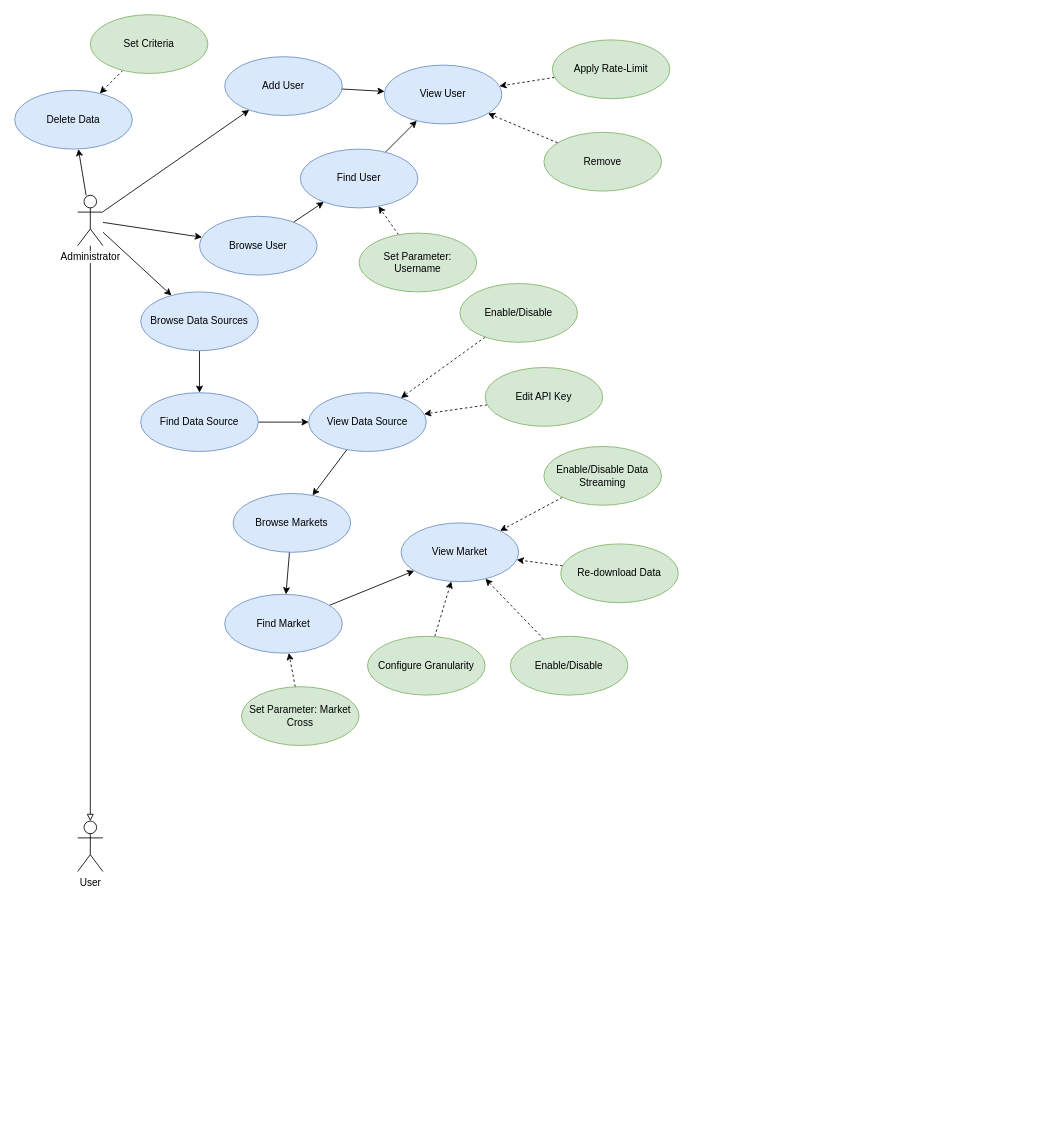
Before: drawio/usecases.drawio in nferrante1/lsmsd2, a draw.io diagram. Source tidied: cells renumbered, new cells numbered last; positions are measured from the earlier drawing's top-left corner, leaving out a move shared by most shapes. Both pictures are drawn from the tidied source at 84%, with x=0, y=0 at pixel (14, 14).
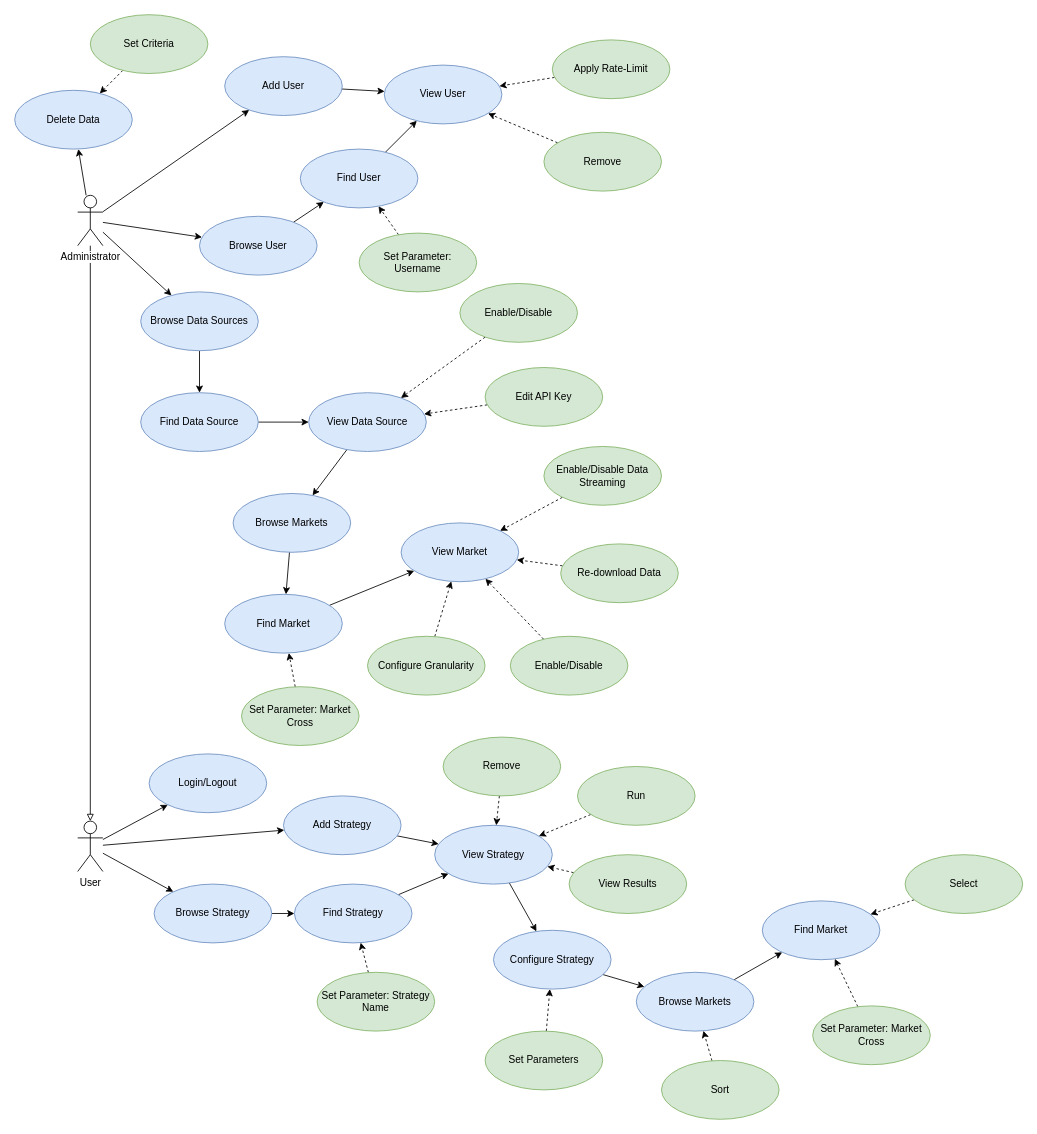
After the change.

Commit message:
Add User's use cases

The change refers to these unchanged cells:
```xml
<mxCell id="8" value="&lt;div&gt;User&lt;/div&gt;" style="shape=umlActor;verticalLabelPosition=bottom;labelBackgroundColor=#ffffff;verticalAlign=top;html=1;" parent="1" vertex="1">
  <mxGeometry x="75" y="960" width="30" height="60" as="geometry" />
</mxCell>
```

The edit, as a diff of the source:
```diff
@@
+    <mxCell id="50" style="edgeStyle=none;rounded=0;jettySize=auto;html=1;endArrow=classic;endFill=1;" parent="1" edge="1" source="8" target="53">
+      <mxGeometry relative="1" as="geometry" />
+    </mxCell>
+    <mxCell id="51" style="edgeStyle=none;rounded=0;jettySize=auto;html=1;endArrow=classic;endFill=1;" parent="1" edge="1" source="8" target="59">
+      <mxGeometry relative="1" as="geometry" />
+    </mxCell>
+    <mxCell id="52" style="edgeStyle=none;rounded=0;jettySize=auto;html=1;endArrow=classic;endFill=1;" parent="1" edge="1" source="8" target="55">
+      <mxGeometry relative="1" as="geometry" />
+    </mxCell>
@@
+    <mxCell id="53" value="Login/Logout" style="ellipse;whiteSpace=wrap;html=1;fillColor=#dae8fc;strokeColor=#6c8ebf;" parent="1" vertex="1">
+      <mxGeometry x="160" y="880" width="140" height="70" as="geometry" />
+    </mxCell>
+    <mxCell id="54" style="edgeStyle=none;rounded=0;jettySize=auto;html=1;endArrow=classic;endFill=1;" parent="1" edge="1" source="55" target="57">
+      <mxGeometry relative="1" as="geometry" />
+    </mxCell>
+    <mxCell id="55" value="Add Strategy" style="ellipse;whiteSpace=wrap;html=1;fillColor=#dae8fc;strokeColor=#6c8ebf;" parent="1" vertex="1">
+      <mxGeometry x="320" y="930" width="140" height="70" as="geometry" />
+    </mxCell>
+    <mxCell id="56" style="edgeStyle=none;rounded=0;jettySize=auto;html=1;endArrow=classic;endFill=1;" parent="1" edge="1" source="57" target="69">
+      <mxGeometry relative="1" as="geometry" />
+    </mxCell>
+    <mxCell id="57" value="View Strategy" style="ellipse;whiteSpace=wrap;html=1;fillColor=#dae8fc;strokeColor=#6c8ebf;" parent="1" vertex="1">
+      <mxGeometry x="500" y="965" width="140" height="70" as="geometry" />
+    </mxCell>
+    <mxCell id="58" style="edgeStyle=none;rounded=0;jettySize=auto;html=1;endArrow=classic;endFill=1;" parent="1" edge="1" source="59" target="61">
+      <mxGeometry relative="1" as="geometry" />
+    </mxCell>
+    <mxCell id="59" value="Browse Strategy" style="ellipse;whiteSpace=wrap;html=1;fillColor=#dae8fc;strokeColor=#6c8ebf;" parent="1" vertex="1">
+      <mxGeometry x="166" y="1035" width="140" height="70" as="geometry" />
+    </mxCell>
+    <mxCell id="60" style="edgeStyle=none;rounded=0;jettySize=auto;html=1;endArrow=classic;endFill=1;" parent="1" edge="1" source="61" target="57">
+      <mxGeometry relative="1" as="geometry" />
+    </mxCell>
+    <mxCell id="61" value="Find Strategy" style="ellipse;whiteSpace=wrap;html=1;fillColor=#dae8fc;strokeColor=#6c8ebf;" parent="1" vertex="1">
+      <mxGeometry x="333" y="1035" width="140" height="70" as="geometry" />
+    </mxCell>
+    <mxCell id="62" style="edgeStyle=none;rounded=0;jettySize=auto;html=1;dashed=1;endArrow=classic;endFill=1;" parent="1" edge="1" source="63" target="61">
+      <mxGeometry relative="1" as="geometry" />
+    </mxCell>
+    <mxCell id="63" value="Set Parameter: Strategy Name" style="ellipse;whiteSpace=wrap;html=1;fillColor=#d5e8d4;strokeColor=#82b366;" parent="1" vertex="1">
+      <mxGeometry x="360" y="1140" width="140" height="70" as="geometry" />
+    </mxCell>
+    <mxCell id="64" style="edgeStyle=none;rounded=0;jettySize=auto;html=1;dashed=1;endArrow=classic;endFill=1;" parent="1" edge="1" source="65" target="57">
+      <mxGeometry relative="1" as="geometry" />
+    </mxCell>
+    <mxCell id="65" value="Run" style="ellipse;whiteSpace=wrap;html=1;fillColor=#d5e8d4;strokeColor=#82b366;" parent="1" vertex="1">
+      <mxGeometry x="670" y="895" width="140" height="70" as="geometry" />
+    </mxCell>
+    <mxCell id="66" style="edgeStyle=none;rounded=0;jettySize=auto;html=1;dashed=1;endArrow=classic;endFill=1;" parent="1" edge="1" source="67" target="57">
+      <mxGeometry relative="1" as="geometry" />
+    </mxCell>
+    <mxCell id="67" value="View Results" style="ellipse;whiteSpace=wrap;html=1;fillColor=#d5e8d4;strokeColor=#82b366;" parent="1" vertex="1">
+      <mxGeometry x="660" y="1000" width="140" height="70" as="geometry" />
+    </mxCell>
+    <mxCell id="68" style="edgeStyle=none;rounded=0;jettySize=auto;html=1;endArrow=classic;endFill=1;" parent="1" edge="1" source="69" target="71">
+      <mxGeometry relative="1" as="geometry" />
+    </mxCell>
+    <mxCell id="69" value="Configure Strategy" style="ellipse;whiteSpace=wrap;html=1;fillColor=#dae8fc;strokeColor=#6c8ebf;" parent="1" vertex="1">
+      <mxGeometry x="570" y="1090" width="140" height="70" as="geometry" />
+    </mxCell>
+    <mxCell id="70" style="edgeStyle=none;rounded=0;jettySize=auto;html=1;endArrow=classic;endFill=1;" parent="1" edge="1" source="71" target="72">
+      <mxGeometry relative="1" as="geometry" />
+    </mxCell>
+    <mxCell id="71" value="Browse Markets" style="ellipse;whiteSpace=wrap;html=1;fillColor=#dae8fc;strokeColor=#6c8ebf;" parent="1" vertex="1">
+      <mxGeometry x="740" y="1140" width="140" height="70" as="geometry" />
+    </mxCell>
+    <mxCell id="72" value="Find Market" style="ellipse;whiteSpace=wrap;html=1;fillColor=#dae8fc;strokeColor=#6c8ebf;" parent="1" vertex="1">
+      <mxGeometry x="890" y="1055" width="140" height="70" as="geometry" />
+    </mxCell>
+    <mxCell id="73" style="edgeStyle=none;rounded=0;jettySize=auto;html=1;dashed=1;endArrow=classic;endFill=1;" parent="1" edge="1" source="74" target="72">
+      <mxGeometry relative="1" as="geometry" />
+    </mxCell>
+    <mxCell id="74" value="Set Parameter: Market Cross" style="ellipse;whiteSpace=wrap;html=1;fillColor=#d5e8d4;strokeColor=#82b366;" parent="1" vertex="1">
+      <mxGeometry x="950" y="1180" width="140" height="70" as="geometry" />
+    </mxCell>
+    <mxCell id="75" style="edgeStyle=none;rounded=0;jettySize=auto;html=1;dashed=1;endArrow=classic;endFill=1;" parent="1" edge="1" source="76" target="69">
+      <mxGeometry relative="1" as="geometry" />
+    </mxCell>
+    <mxCell id="76" value="Set Parameters" style="ellipse;whiteSpace=wrap;html=1;fillColor=#d5e8d4;strokeColor=#82b366;" parent="1" vertex="1">
+      <mxGeometry x="560" y="1210" width="140" height="70" as="geometry" />
+    </mxCell>
+    <mxCell id="77" style="edgeStyle=none;rounded=0;jettySize=auto;html=1;dashed=1;endArrow=classic;endFill=1;" parent="1" edge="1" source="78" target="71">
+      <mxGeometry relative="1" as="geometry" />
+    </mxCell>
+    <mxCell id="78" value="Sort" style="ellipse;whiteSpace=wrap;html=1;fillColor=#d5e8d4;strokeColor=#82b366;" parent="1" vertex="1">
+      <mxGeometry x="770" y="1245" width="140" height="70" as="geometry" />
+    </mxCell>
+    <mxCell id="79" style="edgeStyle=none;rounded=0;jettySize=auto;html=1;dashed=1;endArrow=classic;endFill=1;" parent="1" edge="1" source="80" target="57">
+      <mxGeometry relative="1" as="geometry" />
+    </mxCell>
+    <mxCell id="80" value="Remove" style="ellipse;whiteSpace=wrap;html=1;fillColor=#d5e8d4;strokeColor=#82b366;" parent="1" vertex="1">
+      <mxGeometry x="510" y="860" width="140" height="70" as="geometry" />
+    </mxCell>
+    <mxCell id="81" style="edgeStyle=none;rounded=0;jettySize=auto;html=1;dashed=1;endArrow=classic;endFill=1;" parent="1" edge="1" source="82" target="72">
+      <mxGeometry relative="1" as="geometry" />
+    </mxCell>
+    <mxCell id="82" value="Select" style="ellipse;whiteSpace=wrap;html=1;fillColor=#d5e8d4;strokeColor=#82b366;" parent="1" vertex="1">
+      <mxGeometry x="1060" y="1000" width="140" height="70" as="geometry" />
+    </mxCell>
```
